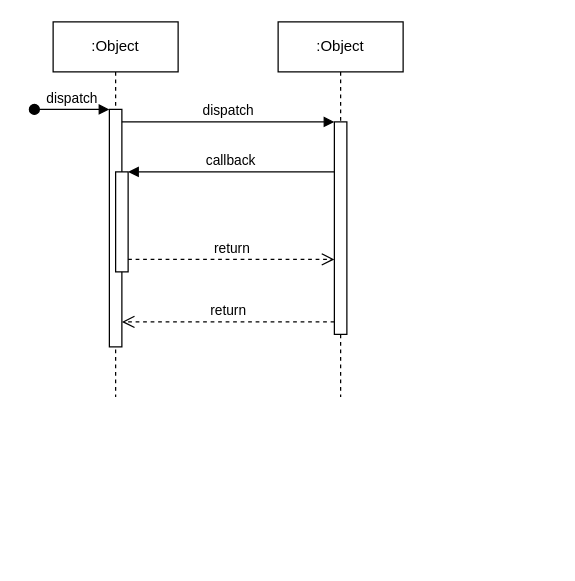
Before: Untitled Diagram.drawio in DerYung/test, a draw.io diagram. Source tidied: cells renumbered, new cells numbered last; positions are measured from the earlier drawing's top-left corner, leaving out a move shared by most shapes. Both pictures are drawn from the tidied source at 125%, with x=0, y=0 at pixel (34, 21).
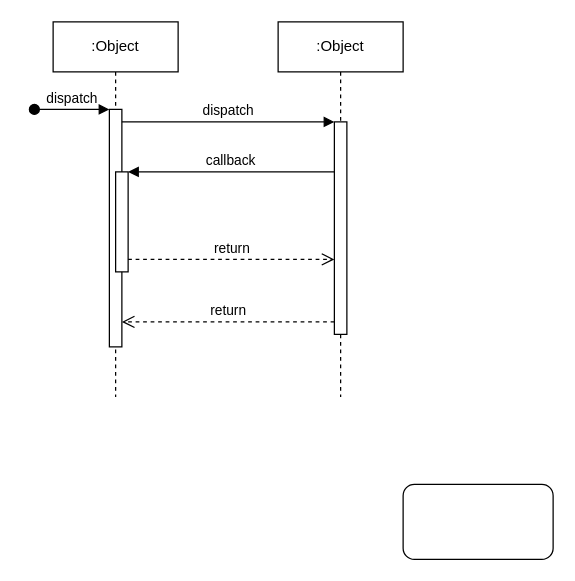
The same page after the edit.

What changed in the source:
```diff
@@
 <mxGraphModel>
   <root>
     <mxCell id="0" />
     <mxCell id="1" parent="0" />
     <mxCell id="2" value=":Object" style="shape=umlLifeline;perimeter=lifelinePerimeter;whiteSpace=wrap;html=1;newEdgeStyle={&quot;edgeStyle&quot;:&quot;elbowEdgeStyle&quot;,&quot;elbow&quot;:&quot;vertical&quot;,&quot;curved&quot;:0,&quot;rounded&quot;:0};" parent="1" vertex="1">
       <mxGeometry x="15" width="100" height="300" as="geometry" />
     </mxCell>
     <mxCell id="3" style="html=1;points=[];perimeter=orthogonalPerimeter;outlineConnect=0;targetShapes=umlLifeline;portConstraint=eastwest;newEdgeStyle={&quot;edgeStyle&quot;:&quot;elbowEdgeStyle&quot;,&quot;elbow&quot;:&quot;vertical&quot;,&quot;curved&quot;:0,&quot;rounded&quot;:0};" parent="2" vertex="1">
       <mxGeometry x="45" y="70" width="10" height="190" as="geometry" />
     </mxCell>
     <mxCell id="4" value="dispatch" style="html=1;verticalAlign=bottom;startArrow=oval;endArrow=block;startSize=8;edgeStyle=elbowEdgeStyle;elbow=vertical;curved=0;rounded=0;" parent="2" edge="1" target="3">
       <mxGeometry relative="1" as="geometry">
         <mxPoint x="-15" y="70" as="sourcePoint" />
       </mxGeometry>
     </mxCell>
     <mxCell id="5" style="html=1;points=[];perimeter=orthogonalPerimeter;outlineConnect=0;targetShapes=umlLifeline;portConstraint=eastwest;newEdgeStyle={&quot;edgeStyle&quot;:&quot;elbowEdgeStyle&quot;,&quot;elbow&quot;:&quot;vertical&quot;,&quot;curved&quot;:0,&quot;rounded&quot;:0};" parent="2" vertex="1">
       <mxGeometry x="50" y="120" width="10" height="80" as="geometry" />
     </mxCell>
     <mxCell id="6" value=":Object" style="shape=umlLifeline;perimeter=lifelinePerimeter;whiteSpace=wrap;html=1;newEdgeStyle={&quot;edgeStyle&quot;:&quot;elbowEdgeStyle&quot;,&quot;elbow&quot;:&quot;vertical&quot;,&quot;curved&quot;:0,&quot;rounded&quot;:0};" parent="1" vertex="1">
       <mxGeometry x="195" width="100" height="300" as="geometry" />
     </mxCell>
     <mxCell id="7" style="html=1;points=[];perimeter=orthogonalPerimeter;outlineConnect=0;targetShapes=umlLifeline;portConstraint=eastwest;newEdgeStyle={&quot;edgeStyle&quot;:&quot;elbowEdgeStyle&quot;,&quot;elbow&quot;:&quot;vertical&quot;,&quot;curved&quot;:0,&quot;rounded&quot;:0};" parent="6" vertex="1">
       <mxGeometry x="45" y="80" width="10" height="170" as="geometry" />
     </mxCell>
     <mxCell id="8" value="dispatch" style="html=1;verticalAlign=bottom;endArrow=block;edgeStyle=elbowEdgeStyle;elbow=vertical;curved=0;rounded=0;" parent="1" edge="1" source="3" target="7">
       <mxGeometry relative="1" as="geometry">
         <Array as="points">
           <mxPoint x="155" y="80" />
         </Array>
       </mxGeometry>
     </mxCell>
     <mxCell id="9" value="return" style="html=1;verticalAlign=bottom;endArrow=open;dashed=1;endSize=8;edgeStyle=elbowEdgeStyle;elbow=vertical;curved=0;rounded=0;" parent="1" edge="1" source="7" target="3">
       <mxGeometry relative="1" as="geometry">
         <Array as="points">
           <mxPoint x="165" y="240" />
         </Array>
       </mxGeometry>
     </mxCell>
     <mxCell id="10" value="callback" style="html=1;verticalAlign=bottom;endArrow=block;edgeStyle=elbowEdgeStyle;elbow=vertical;curved=0;rounded=0;" parent="1" edge="1" source="7" target="5">
       <mxGeometry relative="1" as="geometry">
         <Array as="points">
           <mxPoint x="165" y="120" />
         </Array>
       </mxGeometry>
     </mxCell>
     <mxCell id="11" value="return" style="html=1;verticalAlign=bottom;endArrow=open;dashed=1;endSize=8;edgeStyle=elbowEdgeStyle;elbow=vertical;curved=0;rounded=0;" parent="1" edge="1" source="5" target="7">
       <mxGeometry relative="1" as="geometry">
         <Array as="points">
           <mxPoint x="155" y="190" />
         </Array>
       </mxGeometry>
     </mxCell>
+    <mxCell id="12" style="rounded=1;whiteSpace=wrap;html=1;" parent="1" vertex="1">
+      <mxGeometry x="295" y="370" width="120" height="60" as="geometry" />
+    </mxCell>
   </root>
 </mxGraphModel>
```
